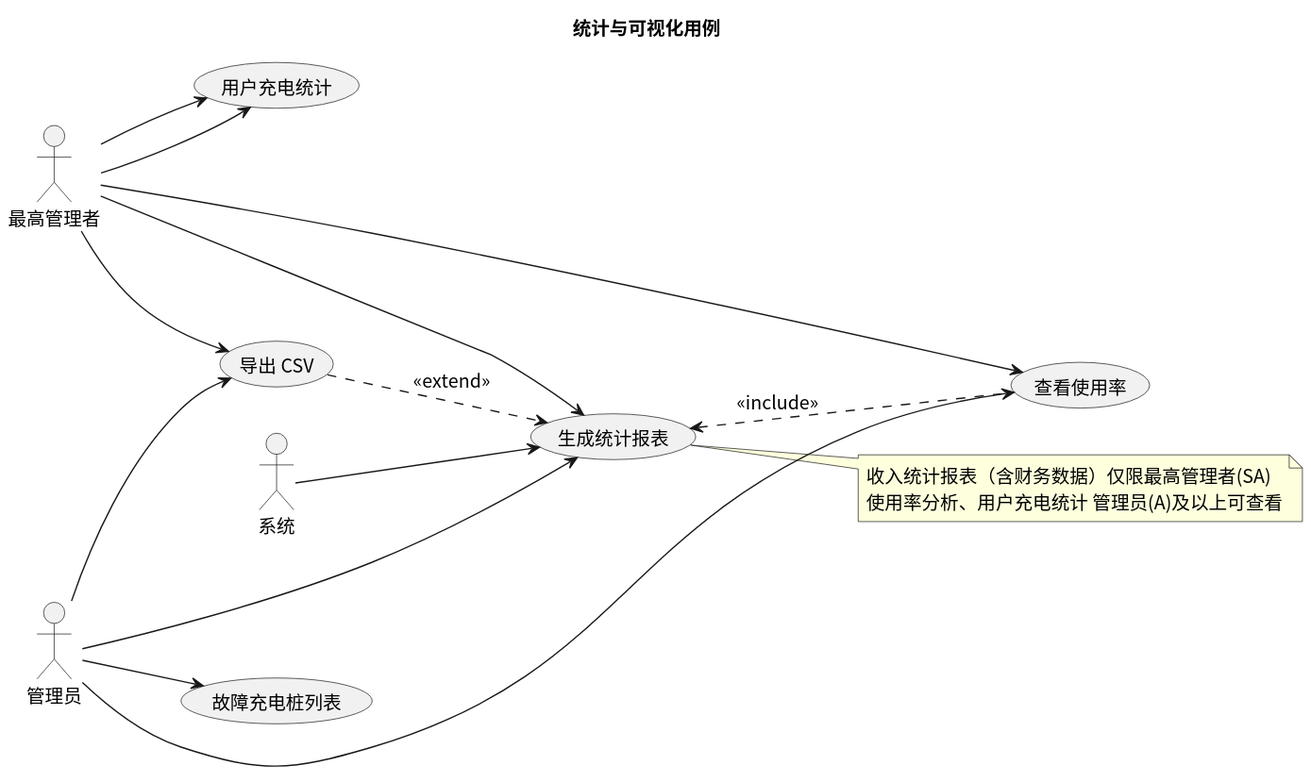
Earlier version of the PlantUML export usecase/docs/overview/img/analytics.svg (greenhandzdl/charging-station-doc).
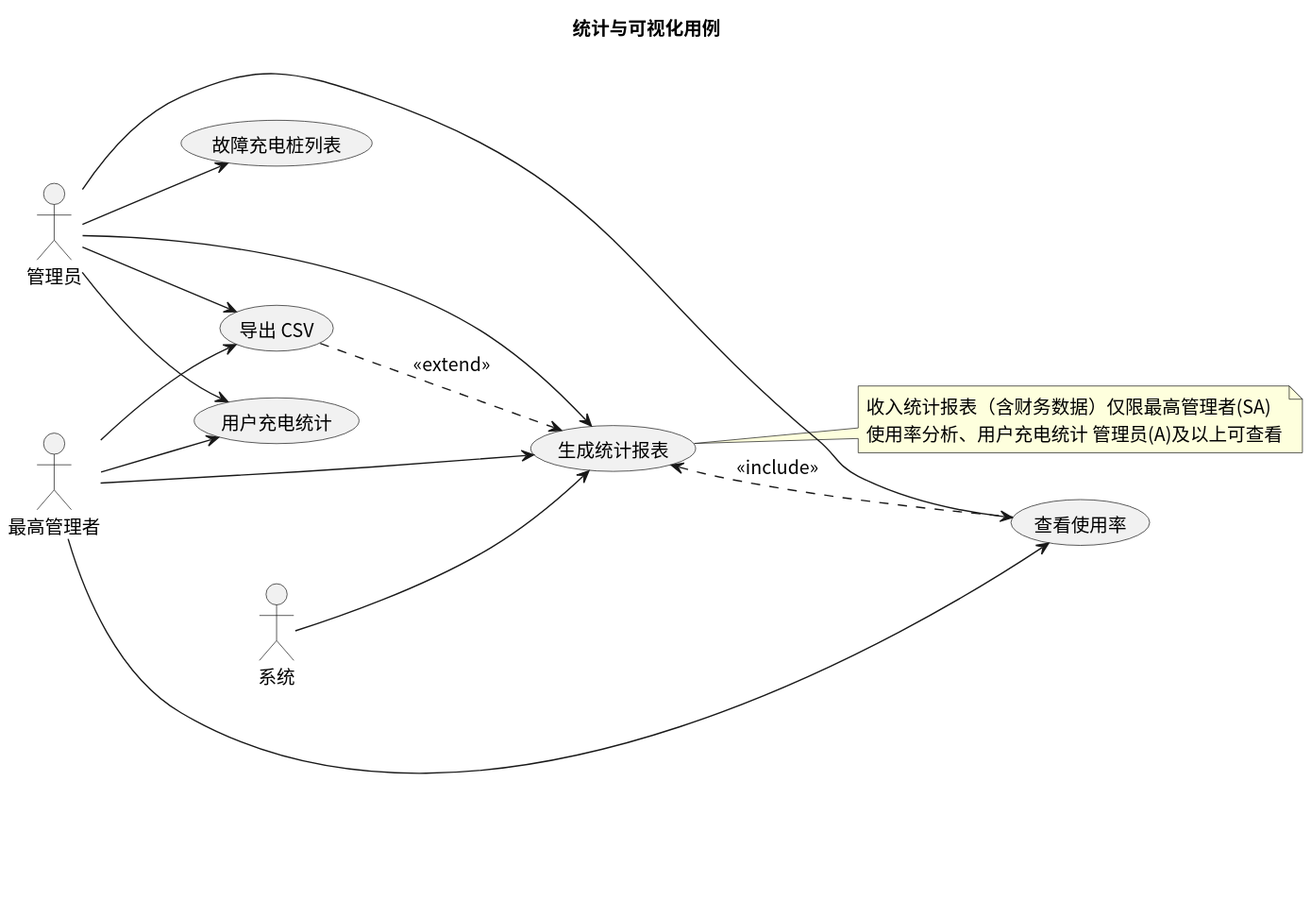
Above is the later version.

What changed in the source:
```diff
@@ -19,11 +19,11 @@
 A  --> GR
 A  --> VU
 A  --> EXP
-SA --> UCS
 SA --> GR
 SA --> VU
 SA --> EXP
 A  --> FCL
+A  --> UCS
 SA --> UCS
 
 GR <.down. VU : <<include>>
```
